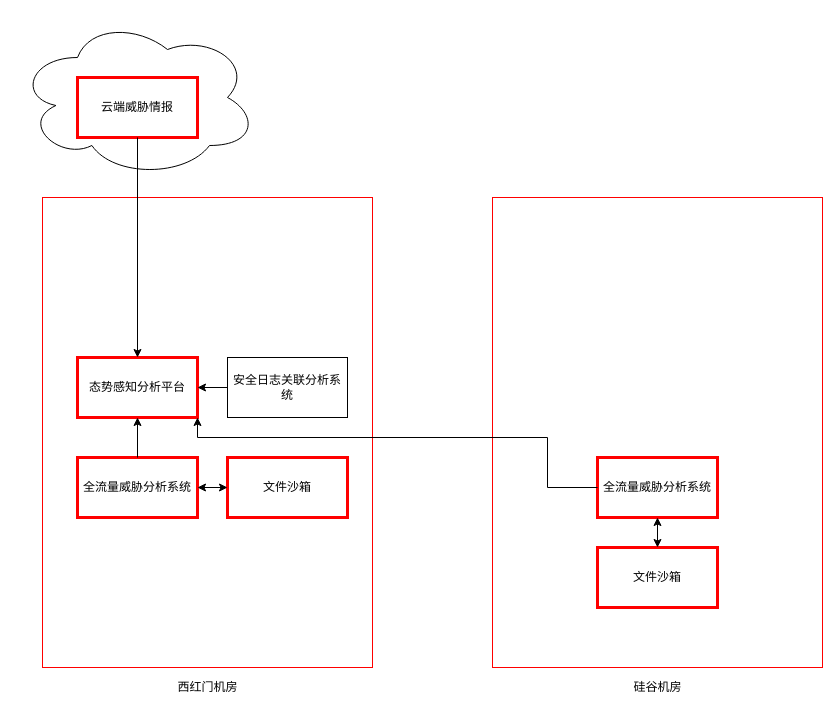
Earlier version of the draw.io diagram 态势感知系统.drawio (razor/1102_decoration). Source tidied: cells renumbered, new cells numbered last; positions are measured from the earlier drawing's top-left corner, leaving out a move shared by most shapes. Both pictures are drawn from the tidied source at 100%, with x=0, y=0 at pixel (17, 17).
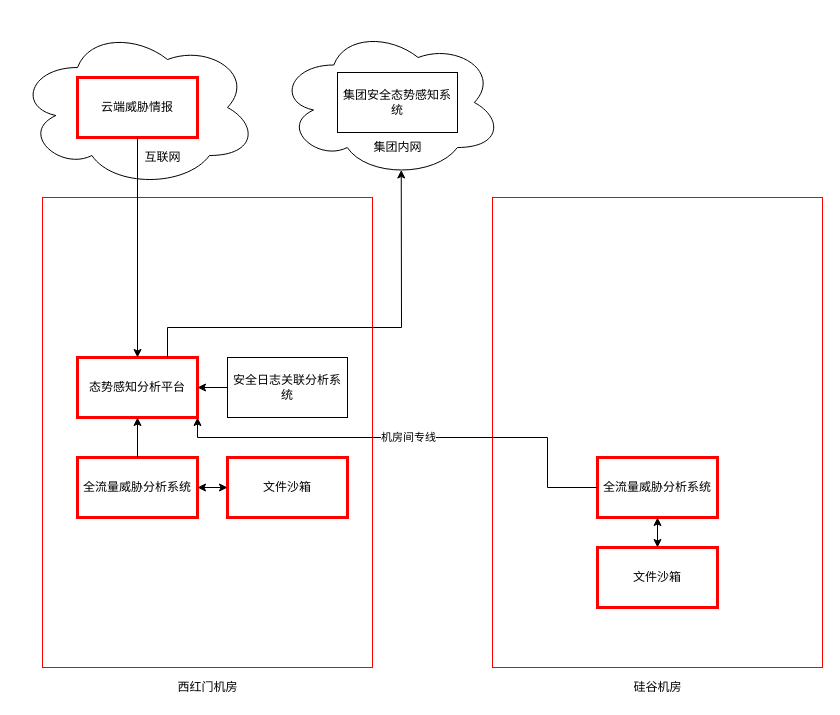
After the change.

Commit message (it also covers changes not shown here):
Update 态势感知系统.drawio

The change refers to these unchanged cells:
```xml
<mxCell id="5" value="态势感知分析平台" style="rounded=0;whiteSpace=wrap;html=1;strokeColor=#FF0000;strokeWidth=3;" parent="1" vertex="1">
  <mxGeometry x="60" y="340" width="120" height="60" as="geometry" />
</mxCell>
<mxCell id="18" style="endArrow=classic;html=1;rounded=0;exitX=0;exitY=0.5;exitDx=0;exitDy=0;entryX=1;entryY=1;entryDx=0;entryDy=0;" parent="1" edge="1" source="10" target="5">
  <mxGeometry relative="1" as="geometry">
    <Array as="points">
      <mxPoint x="530" y="470" />
      <mxPoint x="530" y="420" />
      <mxPoint x="180" y="420" />
    </Array>
  </mxGeometry>
</mxCell>
```

What changed in the source:
```diff
@@
     <mxCell id="2" style="ellipse;shape=cloud;whiteSpace=wrap;html=1;strokeColor=#000000;strokeWidth=1;" parent="1" vertex="1">
-      <mxGeometry width="240" height="160" as="geometry" />
+      <mxGeometry y="10" width="240" height="160" as="geometry" />
     </mxCell>
@@
+    <mxCell id="20" value="机房间专线" style="edgeLabel;html=1;align=center;verticalAlign=middle;" parent="18" vertex="1">
+      <mxGeometry x="0.02" y="-1" relative="1" as="geometry" />
+    </mxCell>
@@
+    <mxCell id="21" style="ellipse;shape=cloud;whiteSpace=wrap;html=1;strokeColor=#000000;strokeWidth=1;" parent="1" vertex="1">
+      <mxGeometry x="260" y="10" width="225" height="150" as="geometry" />
+    </mxCell>
+    <mxCell id="22" value="互联网" style="text;html=1;align=center;verticalAlign=middle;strokeColor=none;fillColor=none;" parent="1" vertex="1">
+      <mxGeometry x="120" y="130" width="50" height="20" as="geometry" />
+    </mxCell>
+    <mxCell id="23" value="集团内网" style="text;html=1;align=center;verticalAlign=middle;strokeColor=none;fillColor=none;" parent="1" vertex="1">
+      <mxGeometry x="350" y="120" width="60" height="20" as="geometry" />
+    </mxCell>
+    <mxCell id="24" value="集团安全态势感知系统" style="rounded=0;whiteSpace=wrap;html=1;strokeColor=#000000;strokeWidth=1;" parent="1" vertex="1">
+      <mxGeometry x="320" y="55" width="120" height="60" as="geometry" />
+    </mxCell>
+    <mxCell id="25" style="endArrow=classic;html=1;rounded=0;exitX=0.75;exitY=0;exitDx=0;exitDy=0;entryX=0.55;entryY=0.95;entryDx=0;entryDy=0;entryPerimeter=0;" parent="1" edge="1" source="5" target="21">
+      <mxGeometry relative="1" as="geometry">
+        <Array as="points">
+          <mxPoint x="150" y="310" />
+          <mxPoint x="384" y="310" />
+        </Array>
+      </mxGeometry>
+    </mxCell>
```
